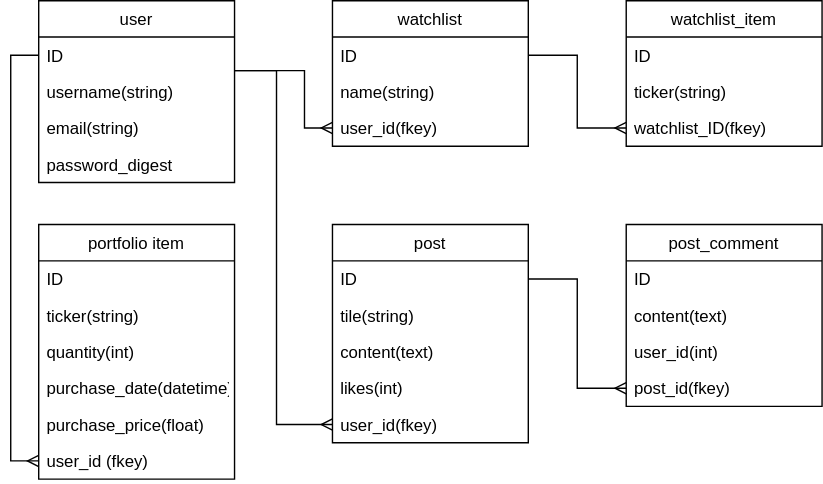
Earlier version of the draw.io export table_relations.drawio.svg (IsaacCodes2021/morefolio). Source tidied: cells renumbered, new cells last; positions are measured from the earlier drawing's top-left corner, leaving out a move shared by most shapes.
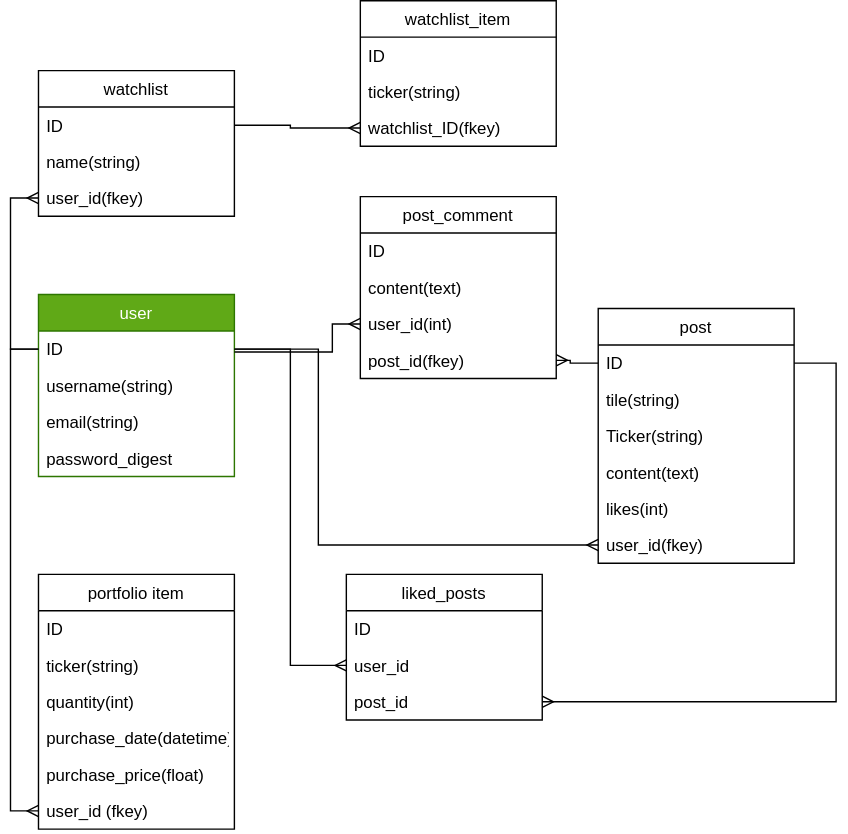
After the commit.

Diff of the diagram source:
```diff
@@ -2,8 +2,8 @@
   <root>
     <mxCell id="0" />
     <mxCell id="1" parent="0" />
-    <mxCell id="2" value="user" style="swimlane;fontStyle=0;horizontal=1;startSize=26;" parent="1" vertex="1">
-      <mxGeometry width="140" height="130" as="geometry" />
+    <mxCell id="2" value="user" style="swimlane;fontStyle=0;horizontal=1;startSize=26;fillColor=#60a917;strokeColor=#2D7600;fontColor=#ffffff;" parent="1" vertex="1">
+      <mxGeometry y="340" width="140" height="130" as="geometry" />
     </mxCell>
     <mxCell id="3" value="ID" style="text;strokeColor=none;fillColor=none;align=left;verticalAlign=top;spacingLeft=4;spacingRight=4;overflow=hidden;points=[[0,0.5],[1,0.5]];portConstraint=eastwest;" parent="2" vertex="1">
       <mxGeometry y="26" width="140" height="26" as="geometry" />
@@ -18,7 +18,7 @@
       <mxGeometry y="104" width="140" height="26" as="geometry" />
     </mxCell>
     <mxCell id="7" value="watchlist" style="swimlane;fontStyle=0;horizontal=1;startSize=26;" parent="1" vertex="1">
-      <mxGeometry x="210" width="140" height="104" as="geometry" />
+      <mxGeometry y="180" width="140" height="104" as="geometry" />
     </mxCell>
     <mxCell id="8" value="ID" style="text;strokeColor=none;fillColor=none;align=left;verticalAlign=top;spacingLeft=4;spacingRight=4;overflow=hidden;points=[[0,0.5],[1,0.5]];portConstraint=eastwest;" parent="7" vertex="1">
       <mxGeometry y="26" width="140" height="26" as="geometry" />
@@ -30,7 +30,7 @@
       <mxGeometry y="78" width="140" height="26" as="geometry" />
     </mxCell>
     <mxCell id="11" value="watchlist_item" style="swimlane;fontStyle=0;horizontal=1;startSize=26;" parent="1" vertex="1">
-      <mxGeometry x="420" width="140" height="104" as="geometry" />
+      <mxGeometry x="230" y="130" width="140" height="104" as="geometry" />
     </mxCell>
     <mxCell id="12" value="ID" style="text;strokeColor=none;fillColor=none;align=left;verticalAlign=top;spacingLeft=4;spacingRight=4;overflow=hidden;" parent="11" vertex="1">
       <mxGeometry y="26" width="140" height="26" as="geometry" />
@@ -44,19 +44,24 @@
     <mxCell id="15" style="edgeStyle=orthogonalEdgeStyle;rounded=0;jettySize=auto;html=1;endArrow=ERmany;endFill=0;" parent="1" edge="1" source="3" target="10">
       <mxGeometry relative="1" as="geometry">
         <Array as="points">
-          <mxPoint x="190" y="50" />
-          <mxPoint x="190" y="91" />
+          <mxPoint x="-20" y="379" />
+          <mxPoint x="-20" y="271" />
         </Array>
       </mxGeometry>
     </mxCell>
     <mxCell id="16" style="edgeStyle=orthogonalEdgeStyle;rounded=0;jettySize=auto;html=1;entryX=0;entryY=0.5;entryDx=0;entryDy=0;endArrow=ERmany;endFill=0;" parent="1" edge="1" source="8" target="14">
-      <mxGeometry relative="1" as="geometry" />
+      <mxGeometry relative="1" as="geometry">
+        <Array as="points">
+          <mxPoint x="180" y="219" />
+          <mxPoint x="180" y="221" />
+        </Array>
+      </mxGeometry>
     </mxCell>
     <mxCell id="17" style="edgeStyle=orthogonalEdgeStyle;rounded=0;jettySize=auto;html=1;exitX=0;exitY=0.5;exitDx=0;exitDy=0;entryX=0;entryY=0.5;entryDx=0;entryDy=0;endArrow=ERmany;endFill=0;" parent="1" edge="1" source="3" target="37">
       <mxGeometry relative="1" as="geometry" />
     </mxCell>
     <mxCell id="18" value="post" style="swimlane;fontStyle=0;horizontal=1;startSize=26;" parent="1" vertex="1">
-      <mxGeometry x="210" y="160" width="140" height="156" as="geometry" />
+      <mxGeometry x="400" y="350" width="140" height="182" as="geometry" />
     </mxCell>
     <mxCell id="19" value="ID" style="text;strokeColor=none;fillColor=none;align=left;verticalAlign=top;spacingLeft=4;spacingRight=4;overflow=hidden;points=[[0,0.5],[1,0.5]];portConstraint=eastwest;" parent="18" vertex="1">
       <mxGeometry y="26" width="140" height="26" as="geometry" />
@@ -64,25 +69,28 @@
     <mxCell id="20" value="tile(string)" style="text;strokeColor=none;fillColor=none;align=left;verticalAlign=top;spacingLeft=4;spacingRight=4;overflow=hidden;" parent="18" vertex="1">
       <mxGeometry y="52" width="140" height="26" as="geometry" />
     </mxCell>
+    <mxCell id="38" value="Ticker(string)" style="text;strokeColor=none;fillColor=none;align=left;verticalAlign=top;spacingLeft=4;spacingRight=4;overflow=hidden;" parent="18" vertex="1">
+      <mxGeometry y="78" width="140" height="26" as="geometry" />
+    </mxCell>
     <mxCell id="21" value="content(text)" style="text;strokeColor=none;fillColor=none;align=left;verticalAlign=top;spacingLeft=4;spacingRight=4;overflow=hidden;" parent="18" vertex="1">
-      <mxGeometry y="78" width="140" height="26" as="geometry" />
+      <mxGeometry y="104" width="140" height="26" as="geometry" />
     </mxCell>
     <mxCell id="22" value="likes(int)" style="text;strokeColor=none;fillColor=none;align=left;verticalAlign=top;spacingLeft=4;spacingRight=4;overflow=hidden;" parent="18" vertex="1">
-      <mxGeometry y="104" width="140" height="26" as="geometry" />
+      <mxGeometry y="130" width="140" height="26" as="geometry" />
     </mxCell>
     <mxCell id="23" value="user_id(fkey)" style="text;strokeColor=none;fillColor=none;align=left;verticalAlign=top;spacingLeft=4;spacingRight=4;overflow=hidden;points=[[0,0.5],[1,0.5]];portConstraint=eastwest;" parent="18" vertex="1">
-      <mxGeometry y="130" width="140" height="26" as="geometry" />
+      <mxGeometry y="156" width="140" height="26" as="geometry" />
     </mxCell>
-    <mxCell id="24" style="edgeStyle=orthogonalEdgeStyle;rounded=0;jettySize=auto;html=1;entryX=0;entryY=0.5;entryDx=0;entryDy=0;endArrow=ERmany;endFill=0;" parent="1" edge="1" source="3" target="23">
+    <mxCell id="24" style="edgeStyle=orthogonalEdgeStyle;rounded=0;jettySize=auto;html=1;endArrow=ERmany;endFill=0;entryX=0;entryY=0.5;entryDx=0;entryDy=0;" parent="1" edge="1" source="3" target="28">
       <mxGeometry relative="1" as="geometry">
         <Array as="points">
-          <mxPoint x="170" y="50" />
-          <mxPoint x="170" y="303" />
+          <mxPoint x="210" y="381" />
+          <mxPoint x="210" y="361" />
         </Array>
       </mxGeometry>
     </mxCell>
     <mxCell id="25" value="post_comment" style="swimlane;fontStyle=0;horizontal=1;startSize=26;" parent="1" vertex="1">
-      <mxGeometry x="420" y="160" width="140" height="130" as="geometry" />
+      <mxGeometry x="230" y="270" width="140" height="130" as="geometry" />
     </mxCell>
     <mxCell id="26" value="ID" style="text;strokeColor=none;fillColor=none;align=left;verticalAlign=top;spacingLeft=4;spacingRight=4;overflow=hidden;" parent="25" vertex="1">
       <mxGeometry y="26" width="140" height="26" as="geometry" />
@@ -96,11 +104,11 @@
     <mxCell id="29" value="post_id(fkey)" style="text;strokeColor=none;fillColor=none;align=left;verticalAlign=top;spacingLeft=4;spacingRight=4;overflow=hidden;points=[[0,0.5],[1,0.5]];portConstraint=eastwest;" parent="25" vertex="1">
       <mxGeometry y="104" width="140" height="26" as="geometry" />
     </mxCell>
-    <mxCell id="30" style="edgeStyle=orthogonalEdgeStyle;rounded=0;jettySize=auto;html=1;entryX=0;entryY=0.5;entryDx=0;entryDy=0;endArrow=ERmany;endFill=0;" parent="1" edge="1" source="19" target="29">
+    <mxCell id="30" style="edgeStyle=orthogonalEdgeStyle;rounded=0;jettySize=auto;html=1;endArrow=ERmany;endFill=0;entryX=1;entryY=0.5;entryDx=0;entryDy=0;" parent="1" edge="1" source="19" target="29">
       <mxGeometry relative="1" as="geometry" />
     </mxCell>
     <mxCell id="31" value="portfolio item" style="swimlane;fontStyle=0;horizontal=1;startSize=26;" parent="1" vertex="1">
-      <mxGeometry y="160" width="140" height="182" as="geometry" />
+      <mxGeometry y="540" width="140" height="182" as="geometry" />
     </mxCell>
     <mxCell id="32" value="ID" style="text;strokeColor=none;fillColor=none;align=left;verticalAlign=top;spacingLeft=4;spacingRight=4;overflow=hidden;" parent="31" vertex="1">
       <mxGeometry y="26" width="140" height="26" as="geometry" />
@@ -120,5 +128,36 @@
     <mxCell id="37" value="user_id (fkey)" style="text;strokeColor=none;fillColor=none;align=left;verticalAlign=top;spacingLeft=4;spacingRight=4;overflow=hidden;points=[[0,0.5],[1,0.5]];portConstraint=eastwest;" parent="31" vertex="1">
       <mxGeometry y="156" width="140" height="26" as="geometry" />
     </mxCell>
+    <mxCell id="39" style="edgeStyle=orthogonalEdgeStyle;rounded=0;jettySize=auto;html=1;endArrow=ERmany;endFill=0;entryX=0;entryY=0.5;entryDx=0;entryDy=0;" parent="1" edge="1" source="3" target="23">
+      <mxGeometry relative="1" as="geometry">
+        <Array as="points">
+          <mxPoint x="200" y="379" />
+          <mxPoint x="200" y="519" />
+        </Array>
+      </mxGeometry>
+    </mxCell>
+    <mxCell id="40" value="liked_posts" style="swimlane;fontStyle=0;horizontal=1;startSize=26;" parent="1" vertex="1">
+      <mxGeometry x="220" y="540" width="140" height="104" as="geometry" />
+    </mxCell>
+    <mxCell id="41" value="ID" style="text;strokeColor=none;fillColor=none;align=left;verticalAlign=top;spacingLeft=4;spacingRight=4;overflow=hidden;" parent="40" vertex="1">
+      <mxGeometry y="26" width="140" height="26" as="geometry" />
+    </mxCell>
+    <mxCell id="42" value="user_id" style="text;strokeColor=none;fillColor=none;align=left;verticalAlign=top;spacingLeft=4;spacingRight=4;overflow=hidden;points=[[0,0.5],[1,0.5]];portConstraint=eastwest;" parent="40" vertex="1">
+      <mxGeometry y="52" width="140" height="26" as="geometry" />
+    </mxCell>
+    <mxCell id="43" value="post_id" style="text;strokeColor=none;fillColor=none;align=left;verticalAlign=top;spacingLeft=4;spacingRight=4;overflow=hidden;points=[[0,0.5],[1,0.5]];portConstraint=eastwest;" parent="40" vertex="1">
+      <mxGeometry y="78" width="140" height="26" as="geometry" />
+    </mxCell>
+    <mxCell id="44" style="edgeStyle=orthogonalEdgeStyle;rounded=0;jettySize=auto;html=1;entryX=0;entryY=0.5;entryDx=0;entryDy=0;exitX=1;exitY=0.5;exitDx=0;exitDy=0;endArrow=ERmany;endFill=0;" parent="1" edge="1" source="3" target="42">
+      <mxGeometry relative="1" as="geometry" />
+    </mxCell>
+    <mxCell id="45" style="edgeStyle=orthogonalEdgeStyle;rounded=0;jettySize=auto;html=1;entryX=1;entryY=0.5;entryDx=0;entryDy=0;endArrow=ERmany;endFill=0;" parent="1" edge="1" source="19" target="43">
+      <mxGeometry relative="1" as="geometry">
+        <Array as="points">
+          <mxPoint x="570" y="389" />
+          <mxPoint x="570" y="631" />
+        </Array>
+      </mxGeometry>
+    </mxCell>
   </root>
 </mxGraphModel>
```
